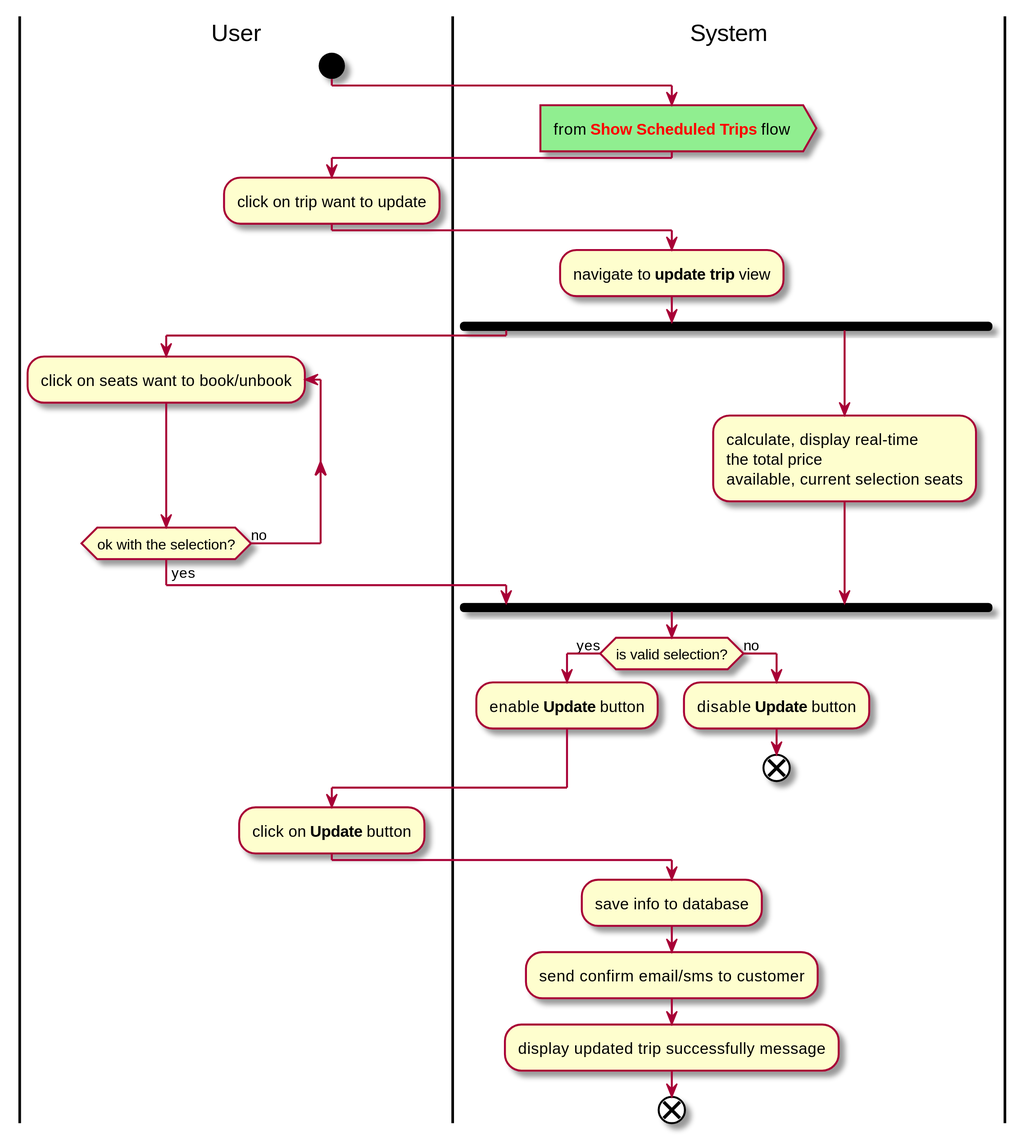
Earlier version of the PlantUML export Documents/working/Giap/usecases_and_flow_charts/update_trip.svg (tungdduy/funixCP).
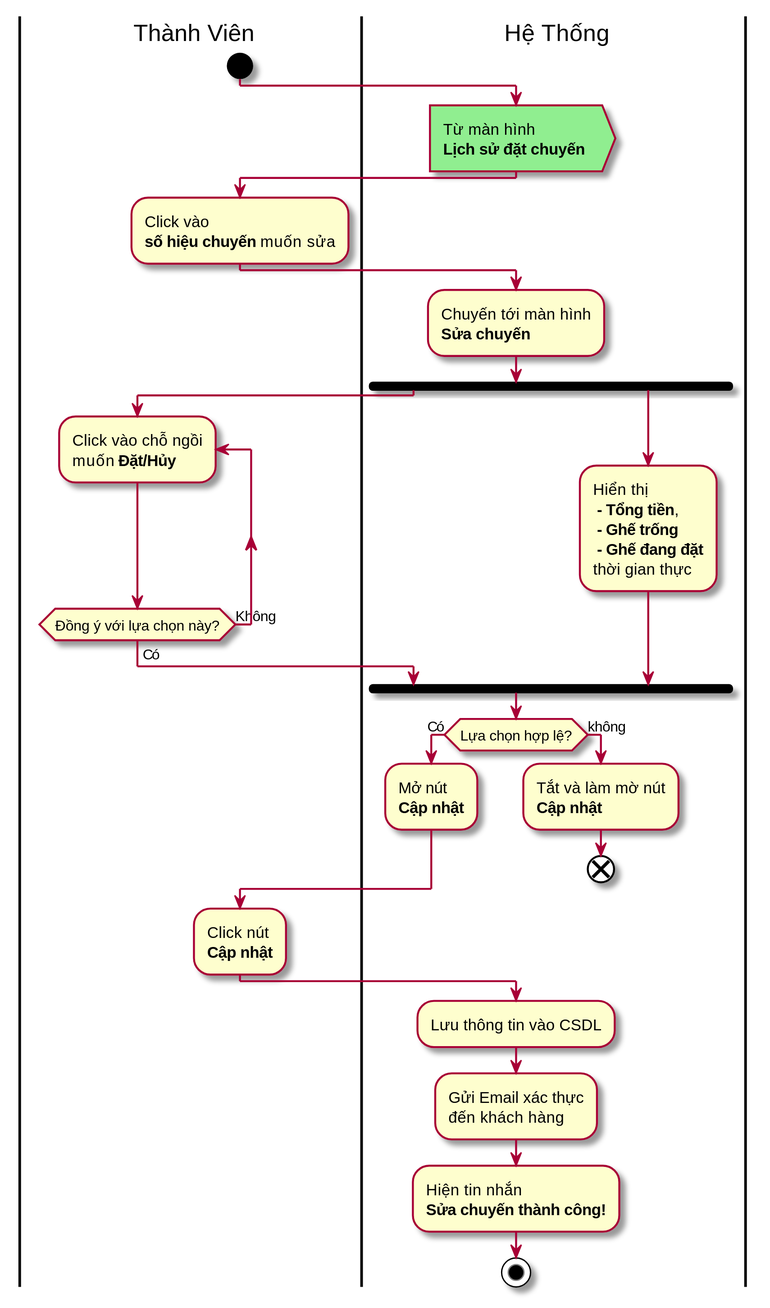
After the commit.

Diff of the diagram source:
```diff
@@ -2,39 +2,58 @@
 skinparam dpi 200
 
 
+|User| Thành Viên
+	start
+|System| Hệ Thống
+
+	#lightgreen:Từ màn hình
+	<b>Lịch sử đặt chuyến</b> >
+
 |User|
-start
-|System|
-#lightgreen:from <b><color:red>Show Scheduled Trips</color></b> flow>
-|User|
-:click on trip want to update;
-
+	:Click vào
+	<b>số hiệu chuyến</b> muốn sửa;
 
 |System|
-	:navigate to <b>update trip</b> view;
+	:Chuyến tới màn hình
+	<b>Sửa chuyến</b>;
+
 	fork
 |User|
-	repeat :click on seats want to book/unbook;
-	repeat while (ok with the selection?) is (no)
-	->yes;
+	repeat :Click vào chỗ ngồi\nmuốn <b>Đặt/Hủy</b>;
+		repeat while (Đồng ý với lựa chọn này?) is (Không)
+	->Có;
 |System|
 	fork again
-	:calculate, display real-time
-	the total price
-	available, current selection seats;
+		:Hiển thị
+		<b> - Tổng tiền</b>,
+		<b> - Ghế trống</b>
+		<b> - Ghế đang đặt</b>
+		thời gian thực;
 |System|
-end fork
-if (is valid selection?) then (yes)
-	:enable <b>Update</b> button;
-else (no)
-	:disable <b>Update</b> button;
-	end
-endif
+
+	end fork
+
+	if (Lựa chọn hợp lệ?) then (Có)
+		:Mở nút
+		<b>Cập nhật</b>;
+
+	else (không)
+		:Tắt và làm mờ nút
+		<b>Cập nhật</b>;
+
+		end
+	endif
 |User|
-:click on <b>Update</b> button;
+	:Click nút
+	<b>Cập nhật</b>;
+
 |System|
-:save info to database;
-:send confirm email/sms to customer;
-:display updated trip successfully message;
-end
+	:Lưu thông tin vào CSDL;
+
+	:Gửi Email xác thực
+	đến khách hàng;
+
+	:Hiện tin nhắn
+	<b>Sửa chuyến thành công!</b>;
+	stop
 @enduml
```
